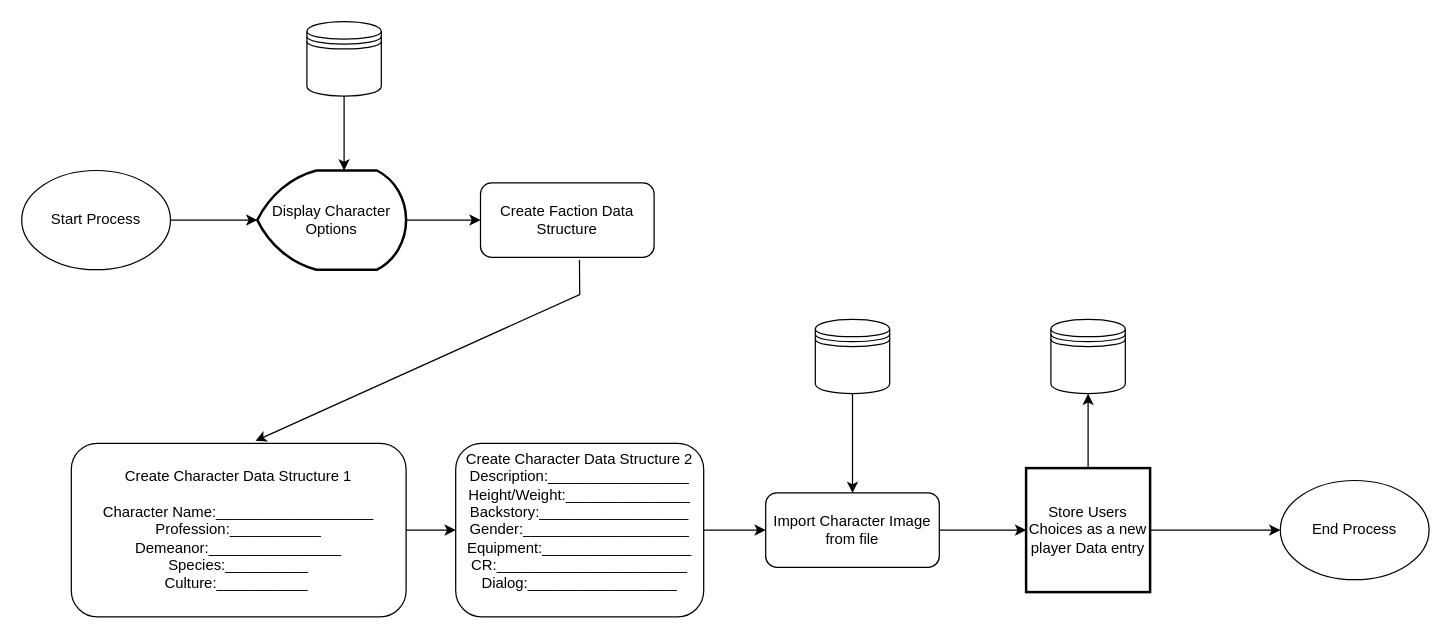
Earlier version of the draw.io diagram Phase2/Flowcharts/characterCreation/Project_Ilmatar_phase2_flowhart_Player_character_creation_2021_11_07-hawke-rem-CR-20230313a.drawio (RPG-Research/bcirpg). Source tidied: cells renumbered, new cells numbered last; positions are measured from the earlier drawing's top-left corner, leaving out a move shared by most shapes. Both pictures are drawn from the tidied source at 124%, with x=0, y=0 at pixel (21, 21).
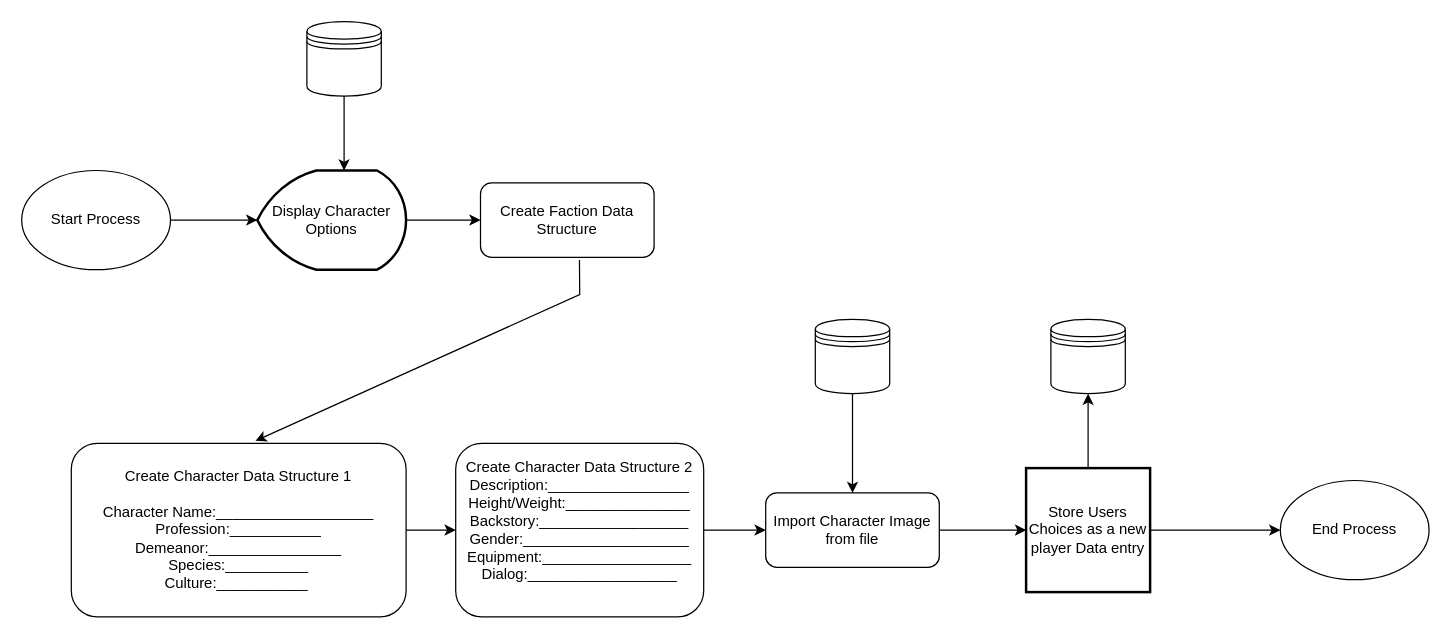
The same diagram, later.

Change to the diagram source:
```diff
@@
-    <mxCell id="12" value="Create Character Data Structure 2&lt;br&gt;&lt;div&gt;Description:_________________&lt;/div&gt;&lt;div&gt;Height/Weight:_______________&lt;/div&gt;&lt;div&gt;Backstory:__________________&lt;/div&gt;&lt;div&gt;Gender:____________________&lt;/div&gt;&lt;div&gt;Equipment:__________________&lt;/div&gt;&lt;div&gt;CR:_______________________&lt;/div&gt;&lt;div&gt;Dialog:__________________&lt;/div&gt;&amp;nbsp;" style="rounded=1;whiteSpace=wrap;html=1;" parent="1" vertex="1">
+    <mxCell id="12" value="Create Character Data Structure 2&lt;br&gt;&lt;div&gt;Description:_________________&lt;/div&gt;&lt;div&gt;Height/Weight:_______________&lt;/div&gt;&lt;div&gt;Backstory:__________________&lt;/div&gt;&lt;div&gt;Gender:____________________&lt;/div&gt;&lt;div&gt;Equipment:__________________&lt;/div&gt;&lt;div&gt;Dialog:__________________&lt;/div&gt;&amp;nbsp;" style="rounded=1;whiteSpace=wrap;html=1;" parent="1" vertex="1">
       <mxGeometry x="350" y="340" width="200" height="140" as="geometry" />
     </mxCell>
```
